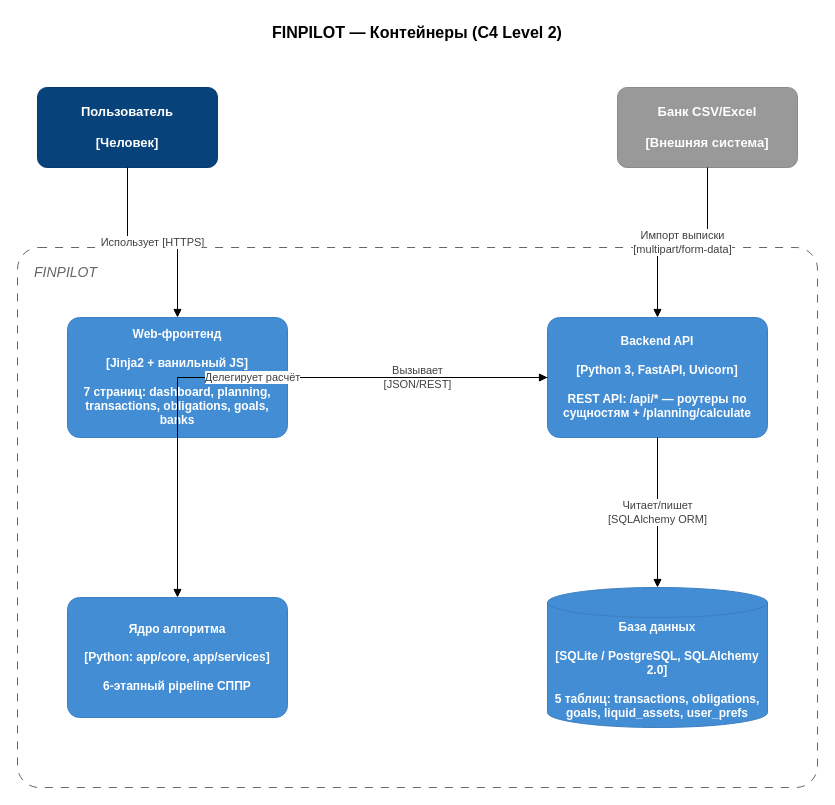
This is page "C4 L2 — Containers" (5 of 29) of docs/diagrams/all_diagrams.drawio from vevdokimovm/personal-finance-dss, a draw.io file, before an edit. Source tidied: cells renumbered, new cells numbered last; positions are measured from the earlier drawing's top-left corner, leaving out a move shared by most shapes. Both pictures are drawn from the tidied source at 100%, with x=0, y=0 at pixel (17, 17).
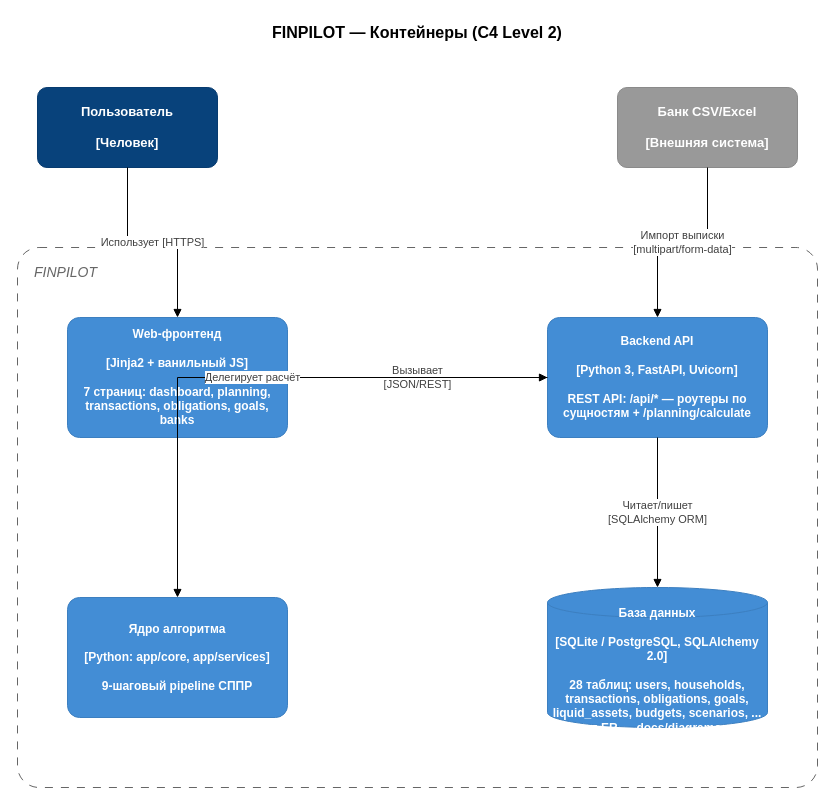
After the change.

What changed in the source:
```diff
@@
 <mxGraphModel>
   <root>
     <mxCell id="0" />
     <mxCell id="1" parent="0" />
     <mxCell id="2" value="FINPILOT — Контейнеры (C4 Level 2)" style="text;html=1;strokeColor=none;fillColor=none;align=center;verticalAlign=middle;whiteSpace=wrap;rounded=0;fontSize=16;fontStyle=1;" parent="1" vertex="1">
       <mxGeometry x="200" width="400" height="30" as="geometry" />
     </mxCell>
     <mxCell id="3" value="Пользователь&#10;&#10;[Человек]" style="rounded=1;whiteSpace=wrap;html=1;fillColor=#08427B;strokeColor=#073B6F;fontColor=#ffffff;fontSize=13;fontStyle=1;align=center;verticalAlign=middle;arcSize=12;" parent="1" vertex="1">
       <mxGeometry x="20" y="70" width="180" height="80" as="geometry" />
     </mxCell>
     <mxCell id="4" value="Банк CSV/Excel&#10;&#10;[Внешняя система]" style="rounded=1;whiteSpace=wrap;html=1;fillColor=#999999;strokeColor=#8A8A8A;fontColor=#ffffff;fontSize=13;fontStyle=1;align=center;verticalAlign=middle;arcSize=12;" parent="1" vertex="1">
       <mxGeometry x="600" y="70" width="180" height="80" as="geometry" />
     </mxCell>
     <mxCell id="5" value="FINPILOT" style="rounded=1;whiteSpace=wrap;html=1;dashed=1;dashPattern=8 8;strokeColor=#666666;fillColor=none;verticalAlign=top;fontSize=14;fontStyle=2;fontColor=#666666;align=left;spacingLeft=15;spacingTop=10;arcSize=4;" parent="1" vertex="1">
       <mxGeometry y="230" width="800" height="540" as="geometry" />
     </mxCell>
     <mxCell id="6" value="Web-фронтенд&#10;&#10;[Jinja2 + ванильный JS]&#10;&#10;7 страниц: dashboard, planning, transactions, obligations, goals, banks" style="rounded=1;whiteSpace=wrap;html=1;fillColor=#438DD5;strokeColor=#3C7FC0;fontColor=#ffffff;fontSize=12;fontStyle=1;align=center;verticalAlign=middle;arcSize=10;" parent="1" vertex="1">
       <mxGeometry x="50" y="300" width="220" height="120" as="geometry" />
     </mxCell>
     <mxCell id="7" value="Backend API&#10;&#10;[Python 3, FastAPI, Uvicorn]&#10;&#10;REST API: /api/* — роутеры по сущностям + /planning/calculate" style="rounded=1;whiteSpace=wrap;html=1;fillColor=#438DD5;strokeColor=#3C7FC0;fontColor=#ffffff;fontSize=12;fontStyle=1;align=center;verticalAlign=middle;arcSize=10;" parent="1" vertex="1">
       <mxGeometry x="530" y="300" width="220" height="120" as="geometry" />
     </mxCell>
-    <mxCell id="8" value="Ядро алгоритма&#10;&#10;[Python: app/core, app/services]&#10;&#10;6-этапный pipeline СППР" style="rounded=1;whiteSpace=wrap;html=1;fillColor=#438DD5;strokeColor=#3C7FC0;fontColor=#ffffff;fontSize=12;fontStyle=1;align=center;verticalAlign=middle;arcSize=10;" parent="1" vertex="1">
+    <mxCell id="8" value="Ядро алгоритма&#10;&#10;[Python: app/core, app/services]&#10;&#10;9-шаговый pipeline СППР" style="rounded=1;whiteSpace=wrap;html=1;fillColor=#438DD5;strokeColor=#3C7FC0;fontColor=#ffffff;fontSize=12;fontStyle=1;align=center;verticalAlign=middle;arcSize=10;" parent="1" vertex="1">
       <mxGeometry x="50" y="580" width="220" height="120" as="geometry" />
     </mxCell>
-    <mxCell id="9" value="База данных&#10;&#10;[SQLite / PostgreSQL, SQLAlchemy 2.0]&#10;&#10;5 таблиц: transactions, obligations, goals, liquid_assets, user_prefs" style="shape=cylinder3;whiteSpace=wrap;html=1;boundedLbl=1;backgroundOutline=1;size=15;fillColor=#438DD5;strokeColor=#3C7FC0;fontColor=#ffffff;fontSize=12;fontStyle=1;align=center;verticalAlign=middle;" parent="1" vertex="1">
+    <mxCell id="9" value="База данных&#10;&#10;[SQLite / PostgreSQL, SQLAlchemy 2.0]&#10;&#10;28 таблиц: users, households, transactions, obligations, goals, liquid_assets, budgets, scenarios, ... (полная ER — docs/diagrams.md §2)" style="shape=cylinder3;whiteSpace=wrap;html=1;boundedLbl=1;backgroundOutline=1;size=15;fillColor=#438DD5;strokeColor=#3C7FC0;fontColor=#ffffff;fontSize=12;fontStyle=1;align=center;verticalAlign=middle;" parent="1" vertex="1">
       <mxGeometry x="530" y="570" width="220" height="140" as="geometry" />
     </mxCell>
     <mxCell id="10" value="Использует [HTTPS]" style="endArrow=block;html=1;fontSize=11;edgeStyle=orthogonalEdgeStyle;fontColor=#404040;labelBackgroundColor=#ffffff;rounded=0;" parent="1" edge="1" source="3" target="6">
       <mxGeometry relative="1" as="geometry" />
     </mxCell>
     <mxCell id="11" value="Импорт выписки&#10;[multipart/form-data]" style="endArrow=block;html=1;fontSize=11;edgeStyle=orthogonalEdgeStyle;fontColor=#404040;labelBackgroundColor=#ffffff;rounded=0;" parent="1" edge="1" source="4" target="7">
       <mxGeometry relative="1" as="geometry" />
     </mxCell>
     <mxCell id="12" value="Вызывает&#10;[JSON/REST]" style="endArrow=block;html=1;fontSize=11;edgeStyle=orthogonalEdgeStyle;fontColor=#404040;labelBackgroundColor=#ffffff;rounded=0;" parent="1" edge="1" source="6" target="7">
       <mxGeometry relative="1" as="geometry" />
     </mxCell>
     <mxCell id="13" value="Делегирует расчёт" style="endArrow=block;html=1;fontSize=11;edgeStyle=orthogonalEdgeStyle;fontColor=#404040;labelBackgroundColor=#ffffff;rounded=0;" parent="1" edge="1" source="7" target="8">
       <mxGeometry relative="1" as="geometry" />
     </mxCell>
     <mxCell id="14" value="Читает/пишет&#10;[SQLAlchemy ORM]" style="endArrow=block;html=1;fontSize=11;edgeStyle=orthogonalEdgeStyle;fontColor=#404040;labelBackgroundColor=#ffffff;rounded=0;" parent="1" edge="1" source="7" target="9">
       <mxGeometry relative="1" as="geometry" />
     </mxCell>
   </root>
 </mxGraphModel>
```
